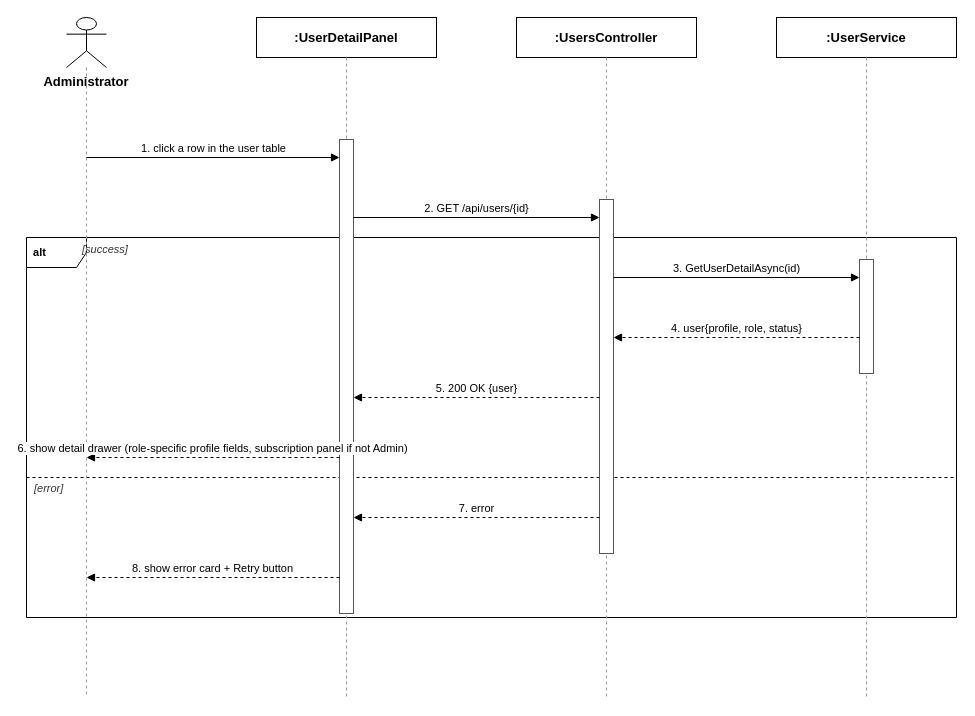
Before: docs/qa/Hien_SequenceDiagram/3.3.5_View_User_Detail.drawio in tulklk/AI_Interview_Question_Generation_RAG_LLM_FE, a draw.io diagram. Source tidied: cells renumbered, new cells numbered last; positions are measured from the earlier drawing's top-left corner, leaving out a move shared by most shapes. Both pictures are drawn from the tidied source at 100%, with x=0, y=0 at pixel (26, 17).
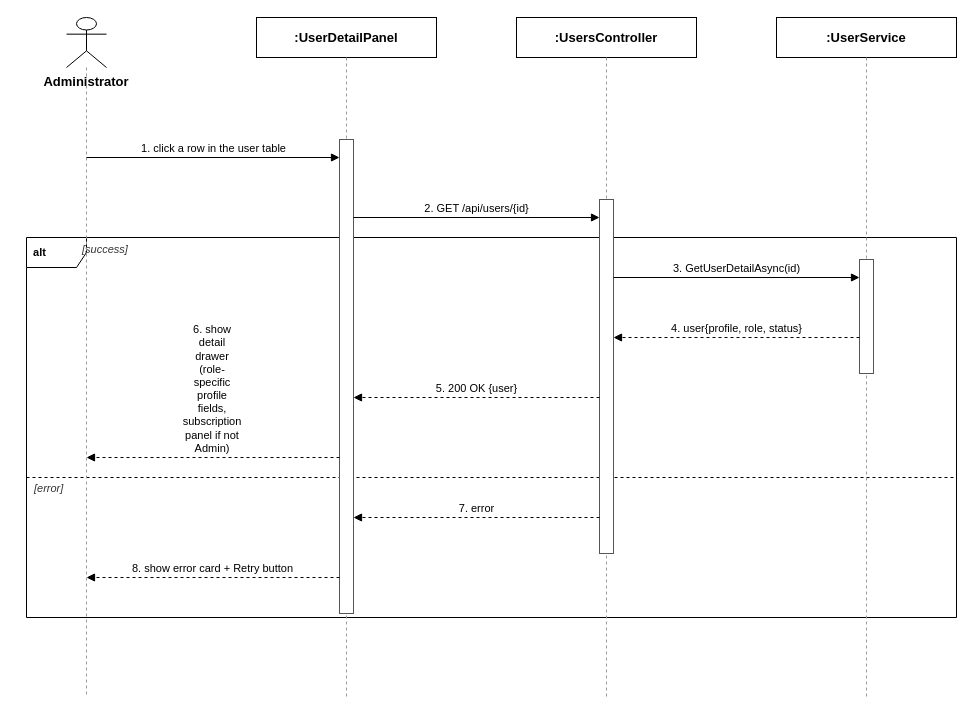
Above is the later version.

The edit, as a diff of the source:
```diff
@@
-    <mxCell id="22" value="6. show detail drawer (role-specific profile fields, subscription panel if not Admin)" style="endArrow=block;endFill=1;html=1;dashed=1;fontSize=11;align=center;verticalAlign=bottom;labelBackgroundColor=#ffffff;strokeColor=#000000;" parent="1" edge="1">
+    <mxCell id="22" value="6. show detail drawer (role-specific profile fields, subscription panel if not Admin)" style="endArrow=block;endFill=1;html=1;whiteSpace=wrap;dashed=1;fontSize=11;align=center;verticalAlign=bottom;labelBackgroundColor=#ffffff;strokeColor=#000000;" parent="1" edge="1">
       <mxGeometry relative="1" as="geometry">
         <mxPoint x="313" y="440" as="sourcePoint" />
         <mxPoint x="60" y="440" as="targetPoint" />
       </mxGeometry>
     </mxCell>
```
